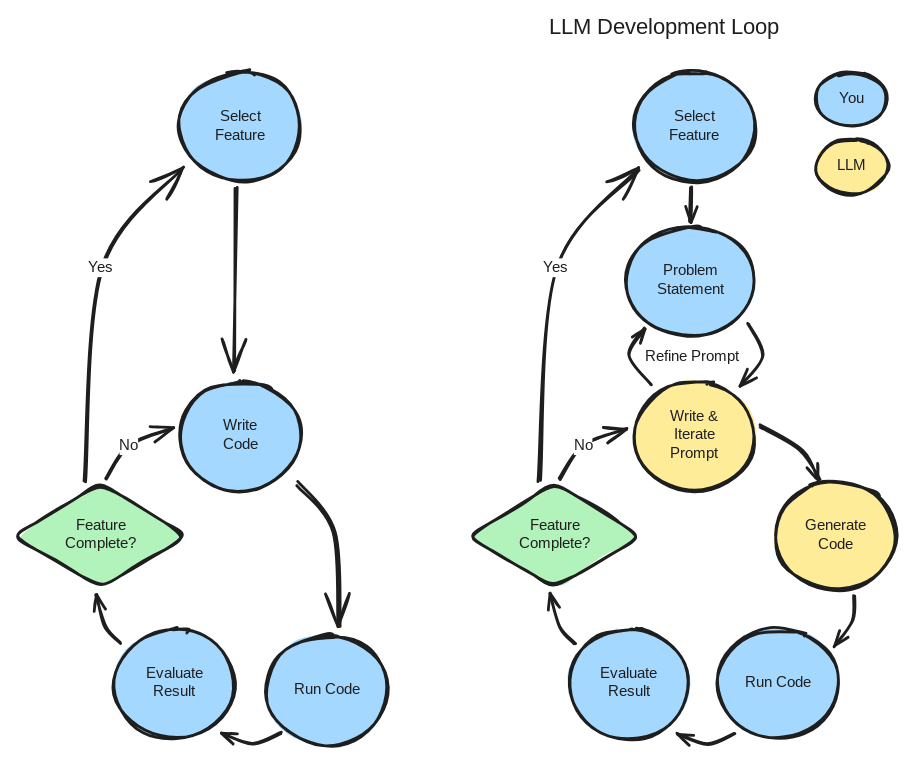
Earlier version of the Excalidraw export assets/images/workshop_flow.excalidraw.svg (bu-bioinfo-comp-workshops/bu-bioinfo-comp-workshops.github.io). Source tidied: one line per element, renumbered; positions are measured from the earlier drawing's top-left corner, leaving out a move shared by most shapes.
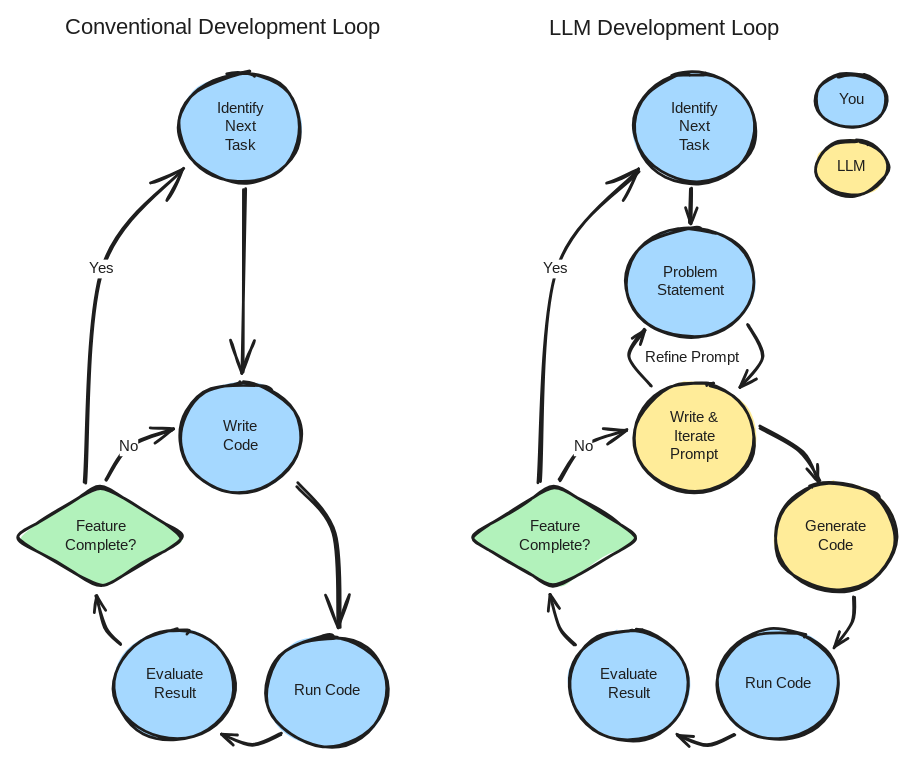
Above is the later version.

Commit message:
workshop flow revision

Change to the diagram source:
```diff
@@ -7,7 +7,7 @@
 {"id": 6, "type": "ellipse", "strokeColor": "#1e1e1e", "backgroundColor": "#a5d8ff", "fillStyle": "solid", "strokeWidth": 2, "roughness": 1, "round": true, "x": 396, "y": 439, "width": 86, "height": 78}
 {"id": 7, "type": "text", "text": "Evaluate\nResult", "strokeColor": "#1e1e1e", "strokeWidth": 2, "roughness": 1, "fontSize": 10.73, "fontFamily": 5, "textAlign": "center", "verticalAlign": "middle", "inside": 6, "x": 417, "y": 465, "width": 45, "height": 27}
 {"id": 8, "type": "ellipse", "strokeColor": "#1e1e1e", "backgroundColor": "#a5d8ff", "fillStyle": "solid", "strokeWidth": 2, "roughness": 1, "round": true, "x": 443, "y": 41, "width": 86, "height": 78}
-{"id": 9, "type": "text", "text": "Select\nFeature", "strokeColor": "#1e1e1e", "strokeWidth": 2, "roughness": 1, "fontSize": 10.73, "fontFamily": 5, "textAlign": "center", "verticalAlign": "middle", "inside": 8, "x": 466, "y": 67, "width": 40, "height": 27}
+{"id": 9, "type": "text", "text": "Identify\nNext\nTask", "strokeColor": "#1e1e1e", "strokeWidth": 2, "roughness": 1, "fontSize": 10.73, "fontFamily": 5, "textAlign": "center", "verticalAlign": "middle", "inside": 8, "x": 465, "y": 60, "width": 43, "height": 40}
 {"id": 10, "type": "arrow", "strokeColor": "#1e1e1e", "angle": 4.08, "strokeWidth": 2, "roughness": 1, "endArrowhead": "arrow", "round": true, "x": 372, "y": 430, "width": 38, "height": 8, "points": [[0, 0], [15, -1], [38, 6]]}
 {"id": 11, "type": "arrow", "strokeColor": "#1e1e1e", "backgroundColor": "#ffffff", "fillStyle": "solid", "strokeWidth": 2, "roughness": 1, "endArrowhead": "arrow", "round": true, "x": 390, "y": 332, "width": 48, "height": 36, "points": [[0, 0], [17, -24], [48, -36]]}
 {"id": 12, "type": "text", "text": "No", "strokeColor": "#1e1e1e", "backgroundColor": "#ffffff", "fillStyle": "solid", "strokeWidth": 2, "roughness": 1, "fontSize": 10.73, "fontFamily": 5, "textAlign": "center", "verticalAlign": "middle", "inside": 11, "x": 462, "y": 527, "width": 13, "height": 13}
@@ -28,7 +28,7 @@
 {"id": 27, "type": "text", "text": "You", "strokeColor": "#1e1e1e", "strokeWidth": 2, "roughness": 1, "fontSize": 10.73, "fontFamily": 5, "textAlign": "center", "verticalAlign": "middle", "inside": 26, "x": 590, "y": 54, "width": 18, "height": 13}
 {"id": 28, "type": "ellipse", "strokeColor": "#1e1e1e", "backgroundColor": "#ffec99", "fillStyle": "solid", "strokeWidth": 2, "roughness": 1, "round": true, "x": 573, "y": 90, "width": 51, "height": 39}
 {"id": 29, "type": "text", "text": "LLM", "strokeColor": "#1e1e1e", "strokeWidth": 2, "roughness": 1, "fontSize": 10.73, "fontFamily": 5, "textAlign": "center", "verticalAlign": "middle", "inside": 28, "x": 589, "y": 102, "width": 20, "height": 13}
-{"id": 30, "type": "text", "text": "LLM Development Loop", "strokeColor": "#1e1e1e", "backgroundColor": "#ffec99", "fillStyle": "solid", "strokeWidth": 2, "roughness": 1, "fontSize": 16, "fontFamily": 5, "x": 382, "y": 0, "width": 175, "height": 20}
+{"id": 49, "type": "text", "text": "LLM Development Loop", "strokeColor": "#1e1e1e", "backgroundColor": "#ffec99", "fillStyle": "solid", "strokeWidth": 2, "roughness": 1, "fontSize": 16, "fontFamily": 5, "x": 382, "y": 0, "width": 175, "height": 20}
 {"id": 31, "type": "ellipse", "strokeColor": "#1e1e1e", "backgroundColor": "#a5d8ff", "fillStyle": "solid", "strokeWidth": 2, "roughness": 1, "round": true, "x": 118, "y": 262, "width": 86, "height": 78}
 {"id": 32, "type": "text", "text": "Write\nCode", "strokeColor": "#1e1e1e", "strokeWidth": 2, "roughness": 1, "fontSize": 10.73, "fontFamily": 5, "textAlign": "center", "verticalAlign": "middle", "inside": 31, "x": 148, "y": 288, "width": 27, "height": 27}
 {"id": 33, "type": "ellipse", "strokeColor": "#1e1e1e", "backgroundColor": "#a5d8ff", "fillStyle": "solid", "strokeWidth": 2, "roughness": 1, "round": true, "x": 181, "y": 444, "width": 86, "height": 78}
@@ -36,7 +36,7 @@
 {"id": 35, "type": "ellipse", "strokeColor": "#1e1e1e", "backgroundColor": "#a5d8ff", "fillStyle": "solid", "strokeWidth": 2, "roughness": 1, "round": true, "x": 71, "y": 439, "width": 86, "height": 78}
 {"id": 36, "type": "text", "text": "Evaluate\nResult", "strokeColor": "#1e1e1e", "strokeWidth": 2, "roughness": 1, "fontSize": 10.73, "fontFamily": 5, "textAlign": "center", "verticalAlign": "middle", "inside": 35, "x": 92, "y": 465, "width": 45, "height": 27}
 {"id": 37, "type": "ellipse", "strokeColor": "#1e1e1e", "backgroundColor": "#a5d8ff", "fillStyle": "solid", "strokeWidth": 2, "roughness": 1, "round": true, "x": 118, "y": 41, "width": 86, "height": 78}
-{"id": 38, "type": "text", "text": "Select\nFeature", "strokeColor": "#1e1e1e", "strokeWidth": 2, "roughness": 1, "fontSize": 10.73, "fontFamily": 5, "textAlign": "center", "verticalAlign": "middle", "inside": 37, "x": 141, "y": 67, "width": 40, "height": 27}
+{"id": 38, "type": "text", "text": "Identify\nNext\nTask", "strokeColor": "#1e1e1e", "strokeWidth": 2, "roughness": 1, "fontSize": 10.73, "fontFamily": 5, "textAlign": "center", "verticalAlign": "middle", "inside": 37, "x": 140, "y": 60, "width": 43, "height": 40}
 {"id": 39, "type": "arrow", "strokeColor": "#1e1e1e", "angle": 4.08, "strokeWidth": 2, "roughness": 1, "endArrowhead": "arrow", "round": true, "x": 47, "y": 430, "width": 38, "height": 8, "points": [[0, 0], [15, -1], [38, 6]]}
 {"id": 40, "type": "arrow", "strokeColor": "#1e1e1e", "backgroundColor": "#ffffff", "fillStyle": "solid", "strokeWidth": 2, "roughness": 1, "endArrowhead": "arrow", "round": true, "x": 65, "y": 332, "width": 48, "height": 36, "points": [[0, 0], [17, -24], [48, -36]]}
 {"id": 41, "type": "text", "text": "No", "strokeColor": "#1e1e1e", "backgroundColor": "#ffffff", "fillStyle": "solid", "strokeWidth": 2, "roughness": 1, "fontSize": 10.73, "fontFamily": 5, "textAlign": "center", "verticalAlign": "middle", "inside": 40, "x": 462, "y": 527, "width": 13, "height": 13}
@@ -44,6 +44,7 @@
 {"id": 43, "type": "text", "text": "Yes", "strokeColor": "#1e1e1e", "backgroundColor": "#ffffff", "fillStyle": "solid", "strokeWidth": 2, "roughness": 1, "fontSize": 10.73, "fontFamily": 5, "textAlign": "center", "verticalAlign": "middle", "inside": 42, "x": 421, "y": 290, "width": 17, "height": 13}
 {"id": 44, "type": "diamond", "strokeColor": "#1e1e1e", "backgroundColor": "#b2f2bb", "fillStyle": "solid", "strokeWidth": 2, "roughness": 1, "round": true, "x": 0, "y": 335, "width": 124, "height": 75}
 {"id": 45, "type": "text", "text": "Feature\nComplete?", "strokeColor": "#1e1e1e", "backgroundColor": "#ffec99", "fillStyle": "solid", "strokeWidth": 2, "roughness": 1, "fontSize": 10.73, "fontFamily": 5, "textAlign": "center", "verticalAlign": "middle", "inside": 44, "x": 36, "y": 359, "width": 51, "height": 27}
-{"id": 46, "type": "arrow", "strokeColor": "#1e1e1e", "backgroundColor": "#b2f2bb", "fillStyle": "solid", "strokeWidth": 2, "roughness": 1, "endArrowhead": "arrow", "round": true, "from": 37, "to": 31, "x": 159, "y": 124, "width": 2, "height": 132, "points": [[0, 0], [-2, 132]]}
+{"id": 46, "type": "arrow", "strokeColor": "#1e1e1e", "backgroundColor": "#b2f2bb", "fillStyle": "solid", "strokeWidth": 2, "roughness": 1, "endArrowhead": "arrow", "round": true, "from": 37, "to": 31, "x": 165, "y": 124, "width": 2, "height": 132, "points": [[0, 0], [-2, 132]]}
 {"id": 47, "type": "arrow", "strokeColor": "#1e1e1e", "angle": 0.94, "strokeWidth": 2, "roughness": 1, "endArrowhead": "arrow", "round": true, "from": 31, "to": 33, "x": 167, "y": 368, "width": 101, "height": 37, "points": [[0, 0], [45, 0], [101, 36]]}
 {"id": 48, "type": "arrow", "strokeColor": "#1e1e1e", "angle": 2.92, "strokeWidth": 2, "roughness": 1, "endArrowhead": "arrow", "round": true, "x": 150, "y": 513, "width": 41, "height": 12, "points": [[0, 0], [21, -3], [41, 9]]}
+{"id": 30, "type": "text", "text": "Conventional Development Loop", "strokeColor": "#1e1e1e", "backgroundColor": "#ffec99", "fillStyle": "solid", "strokeWidth": 2, "roughness": 1, "fontSize": 16, "fontFamily": 5, "x": 37, "y": -1, "width": 243, "height": 20}
```
